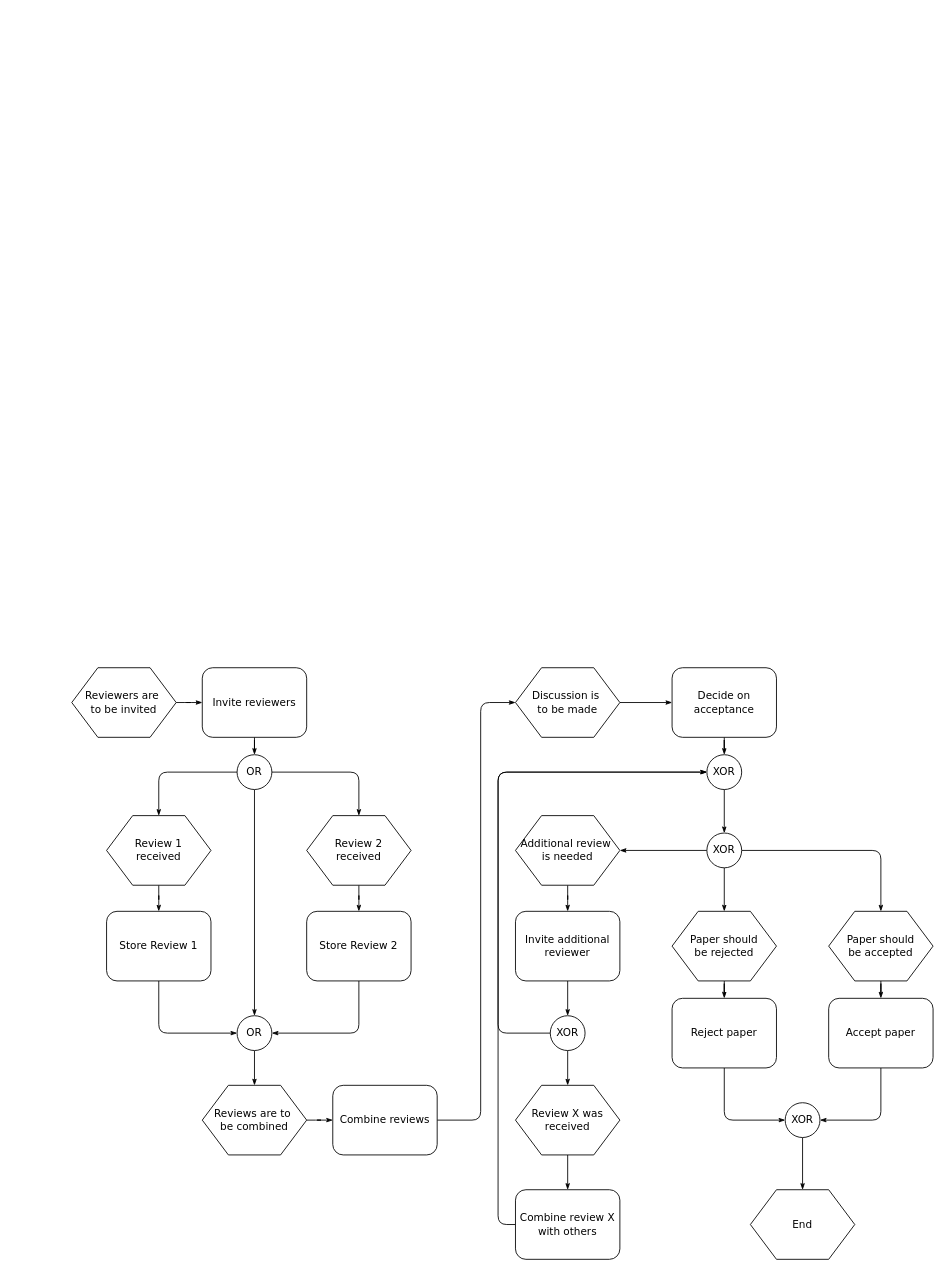
The draw.io diagram 未命名绘图.drawio in LSS9/K1, before the edit. Source tidied: cells renumbered, new cells numbered last; positions are measured from the earlier drawing's top-left corner, leaving out a move shared by most shapes. Both pictures are drawn from the tidied source at 87%, with x=0, y=0 at pixel (71, 667).
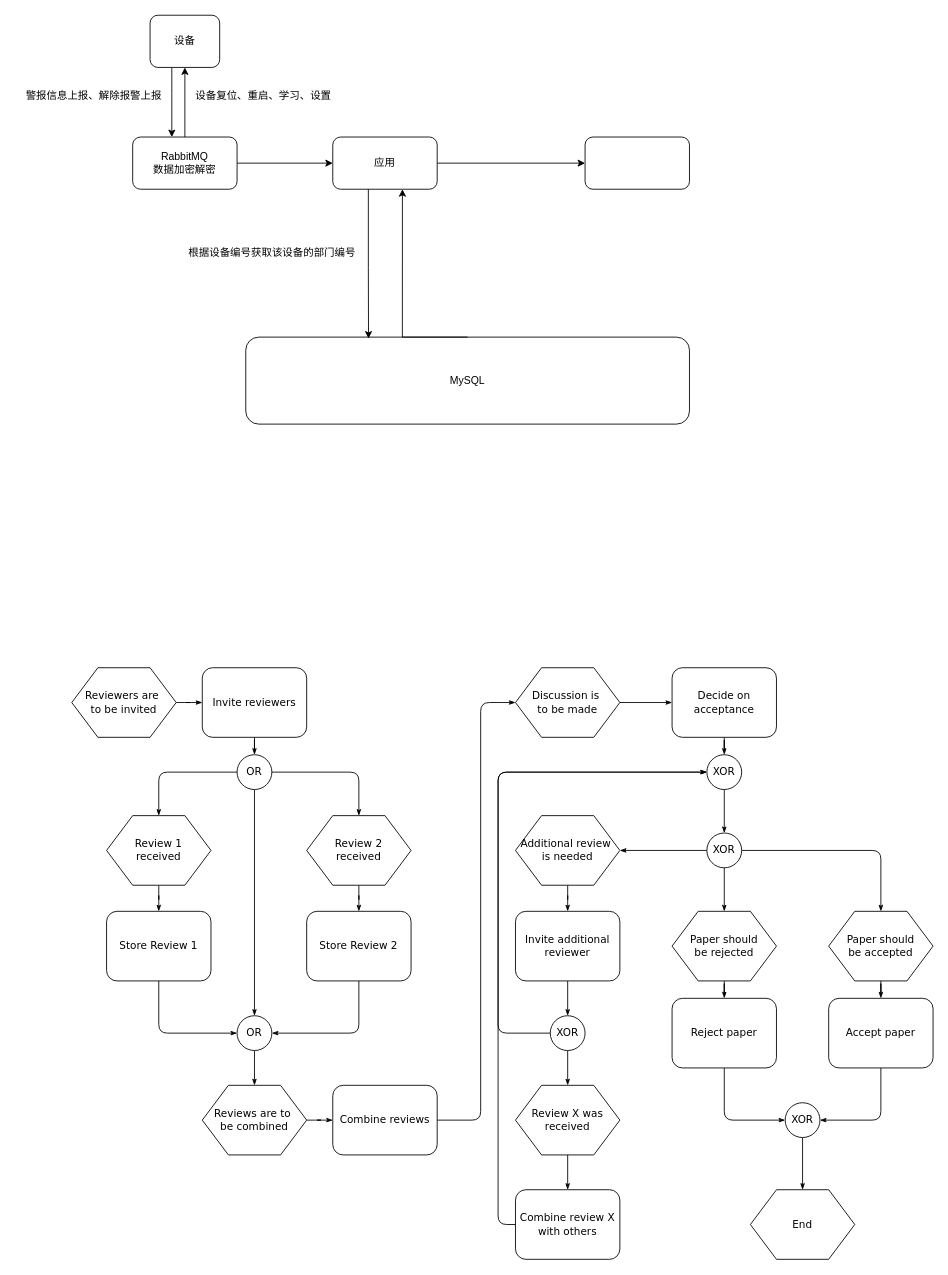
Above is the later version.

Commit message:
消防流程图绘图.drawio

The edit, as a diff of the source:
```diff
@@
+    <mxCell id="56" style="edgeStyle=orthogonalEdgeStyle;rounded=0;jettySize=auto;html=1;exitX=1;exitY=0.5;exitDx=0;exitDy=0;entryX=0;entryY=0.5;entryDx=0;entryDy=0;" parent="1" edge="1" source="58" target="62">
+      <mxGeometry relative="1" as="geometry" />
+    </mxCell>
+    <mxCell id="57" style="edgeStyle=orthogonalEdgeStyle;rounded=0;jettySize=auto;html=1;exitX=0.5;exitY=0;exitDx=0;exitDy=0;entryX=0.5;entryY=1;entryDx=0;entryDy=0;" parent="1" edge="1" source="58" target="60">
+      <mxGeometry relative="1" as="geometry" />
+    </mxCell>
+    <mxCell id="58" value="RabbitMQ&lt;br&gt;数据加密解密" style="rounded=1;whiteSpace=wrap;html=1;" parent="1" vertex="1">
+      <mxGeometry x="70" y="-610" width="120" height="60" as="geometry" />
+    </mxCell>
+    <mxCell id="59" style="edgeStyle=orthogonalEdgeStyle;rounded=0;orthogonalLoop=1;jettySize=auto;html=1;exitX=0.5;exitY=1;exitDx=0;exitDy=0;entryX=0.5;entryY=0;entryDx=0;entryDy=0;" parent="1" edge="1">
+      <mxGeometry relative="1" as="geometry">
+        <mxPoint x="115" y="-690" as="sourcePoint" />
+        <mxPoint x="115" y="-610" as="targetPoint" />
+        <Array as="points">
+          <mxPoint x="115" y="-660" />
+          <mxPoint x="115" y="-660" />
+        </Array>
+      </mxGeometry>
+    </mxCell>
+    <mxCell id="60" value="设备" style="rounded=1;whiteSpace=wrap;html=1;" parent="1" vertex="1">
+      <mxGeometry x="90" y="-750" width="80" height="60" as="geometry" />
+    </mxCell>
+    <mxCell id="61" style="edgeStyle=orthogonalEdgeStyle;rounded=0;jettySize=auto;html=1;exitX=1;exitY=0.5;exitDx=0;exitDy=0;entryX=0;entryY=0.5;entryDx=0;entryDy=0;" parent="1" edge="1" source="62" target="63">
+      <mxGeometry relative="1" as="geometry" />
+    </mxCell>
+    <mxCell id="62" value="应用" style="rounded=1;whiteSpace=wrap;html=1;" parent="1" vertex="1">
+      <mxGeometry x="300" y="-610" width="120" height="60" as="geometry" />
+    </mxCell>
+    <mxCell id="63" style="rounded=1;whiteSpace=wrap;html=1;" parent="1" vertex="1">
+      <mxGeometry x="590" y="-610" width="120" height="60" as="geometry" />
+    </mxCell>
+    <mxCell id="64" value="MySQL" style="rounded=1;whiteSpace=wrap;html=1;" parent="1" vertex="1">
+      <mxGeometry x="200" y="-380" width="510" height="100" as="geometry" />
+    </mxCell>
+    <mxCell id="65" style="edgeStyle=orthogonalEdgeStyle;rounded=0;orthogonalLoop=1;jettySize=auto;html=1;exitX=0.5;exitY=1;exitDx=0;exitDy=0;entryX=0.314;entryY=0.016;entryDx=0;entryDy=0;entryPerimeter=0;" parent="1" edge="1">
+      <mxGeometry relative="1" as="geometry">
+        <mxPoint x="340.9" y="-550" as="sourcePoint" />
+        <mxPoint x="341.1" y="-378.4" as="targetPoint" />
+        <Array as="points">
+          <mxPoint x="341" y="-460" />
+          <mxPoint x="341" y="-460" />
+        </Array>
+      </mxGeometry>
+    </mxCell>
+    <mxCell id="66" value="根据设备编号获取该设备的部门编号" style="text;html=1;align=center;verticalAlign=middle;strokeColor=none;fillColor=none;" parent="1" vertex="1">
+      <mxGeometry x="120" y="-492" width="220" height="30" as="geometry" />
+    </mxCell>
+    <mxCell id="67" style="edgeStyle=orthogonalEdgeStyle;rounded=0;jettySize=auto;html=1;exitX=0.5;exitY=0;exitDx=0;exitDy=0;entryX=0.667;entryY=1;entryDx=0;entryDy=0;entryPerimeter=0;" parent="1" edge="1" source="64" target="62">
+      <mxGeometry relative="1" as="geometry">
+        <Array as="points">
+          <mxPoint x="380" y="-380" />
+        </Array>
+      </mxGeometry>
+    </mxCell>
+    <mxCell id="68" value="警报信息上报、解除报警上报" style="text;html=1;align=center;verticalAlign=middle;strokeColor=none;fillColor=none;" parent="1" vertex="1">
+      <mxGeometry x="-65" y="-672" width="180" height="30" as="geometry" />
+    </mxCell>
+    <mxCell id="69" value="设备复位、重启、学习、设置" style="text;html=1;align=center;verticalAlign=middle;strokeColor=none;fillColor=none;" parent="1" vertex="1">
+      <mxGeometry x="130" y="-672" width="180" height="30" as="geometry" />
+    </mxCell>
```
